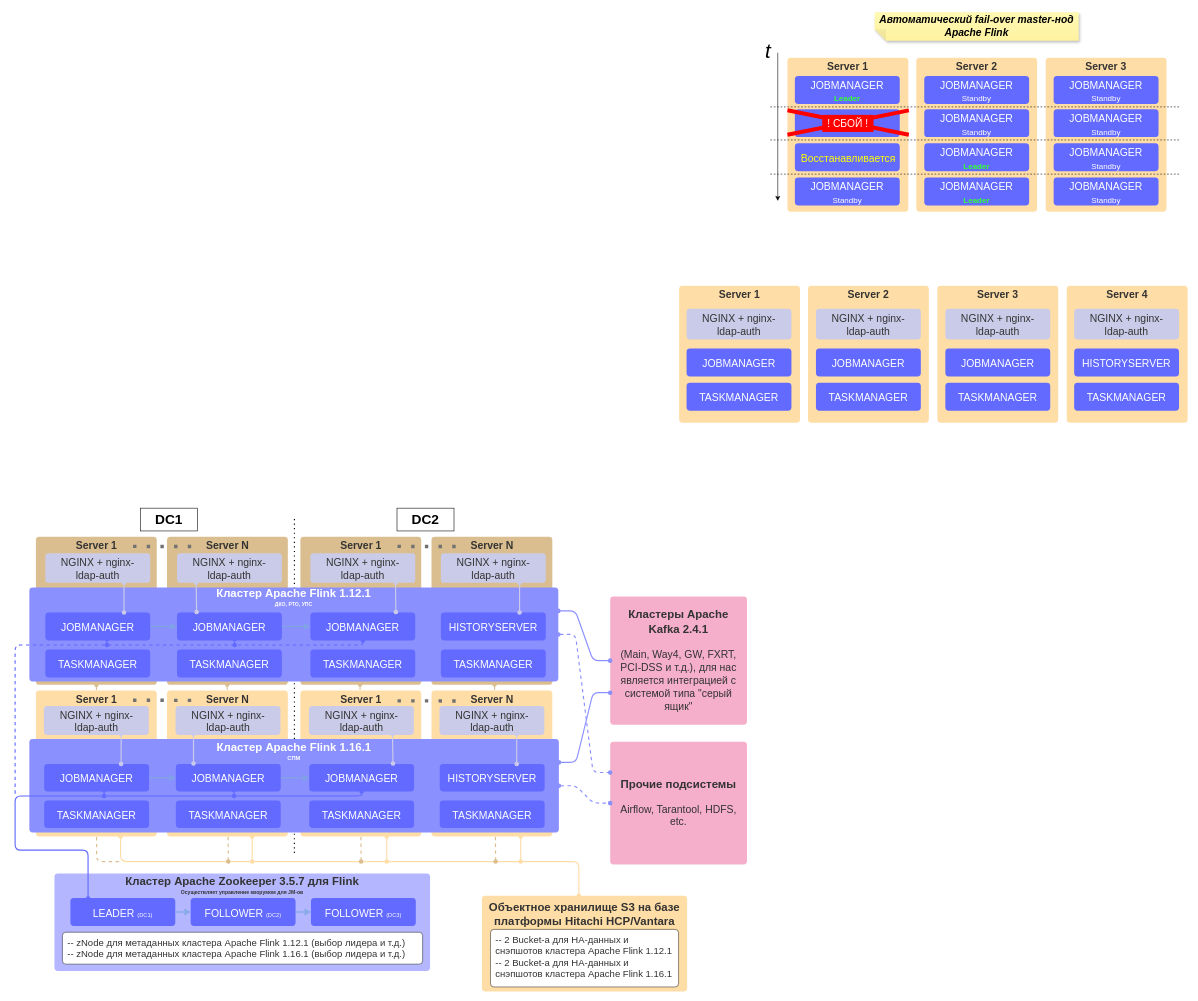
parametriq/diagrams keeps this draw.io diagram as Flink 2.drawio. Above is the earlier version. Source tidied: cells renumbered, new cells numbered last; positions are measured from the earlier drawing's top-left corner, leaving out a move shared by most shapes. Both pictures are drawn from the tidied source at 57%, with x=0, y=0 at pixel (15, 12).
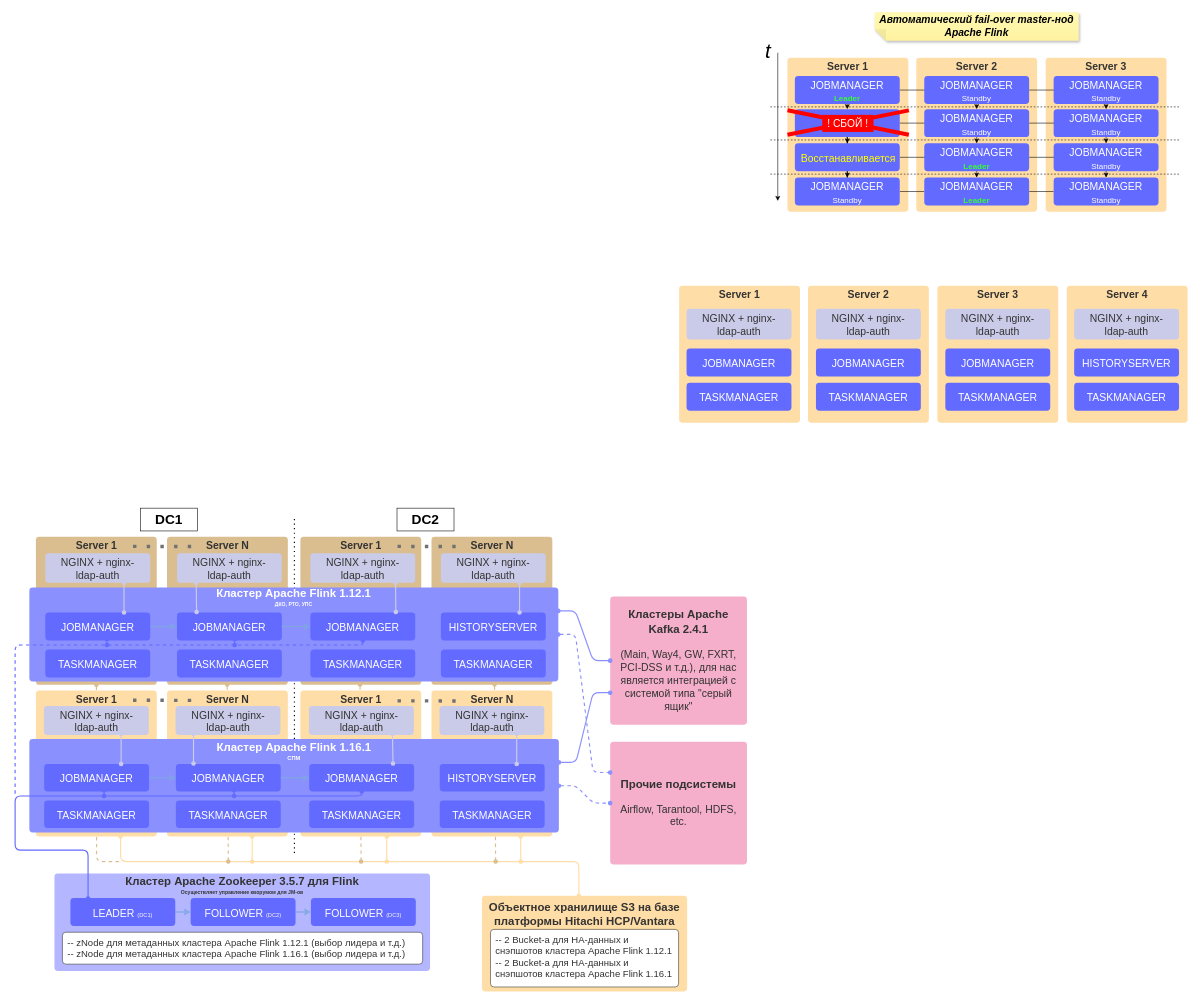
Above is the later version.

The change refers to these unchanged cells:
```xml
<mxCell id="9" value="JOBMANAGER&lt;br&gt;&lt;font color=&quot;#33ff33&quot; style=&quot;font-size: 14px;&quot;&gt;&lt;b&gt;Leader&lt;/b&gt;&lt;/font&gt;" style="html=1;overflow=block;blockSpacing=1;whiteSpace=wrap;fontSize=18.3;fontColor=#ffffff;align=center;spacingLeft=8.4;spacingRight=8.4;spacingTop=2.4;spacing=3.6;strokeOpacity=0;fillOpacity=100;rounded=1;absoluteArcSize=1;arcSize=12;fillColor=#636aff;strokeWidth=0.8;" parent="1" vertex="1">
  <mxGeometry x="1368" y="112" width="184" height="49" as="geometry" />
</mxCell>
<mxCell id="10" value="JOBMANAGER&lt;br&gt;&lt;font style=&quot;font-size: 14px;&quot;&gt;Standby&lt;/font&gt;" style="html=1;overflow=block;blockSpacing=1;whiteSpace=wrap;fontSize=18.3;fontColor=#ffffff;align=center;spacingLeft=8.4;spacingRight=8.4;spacingTop=2.4;spacing=3.6;strokeOpacity=0;fillOpacity=100;rounded=1;absoluteArcSize=1;arcSize=12;fillColor=#636aff;strokeWidth=0.8;" parent="1" vertex="1">
  <mxGeometry x="1595" y="112" width="184" height="49" as="geometry" />
</mxCell>
<mxCell id="108" style="html=1;overflow=block;blockSpacing=1;whiteSpace=wrap;fontSize=18.3;fontColor=#ffffff;align=center;spacingLeft=8.4;spacingRight=8.4;spacingTop=2.4;spacing=3.6;strokeOpacity=0;fillOpacity=100;rounded=1;absoluteArcSize=1;arcSize=12;fillColor=#636aff;strokeWidth=0.8;" parent="1" vertex="1">
  <mxGeometry x="1368" y="170" width="184" height="49" as="geometry" />
</mxCell>
<mxCell id="110" value="JOBMANAGER&lt;br&gt;&lt;font style=&quot;font-size: 14px;&quot;&gt;Standby&lt;/font&gt;" style="html=1;overflow=block;blockSpacing=1;whiteSpace=wrap;fontSize=18.3;fontColor=#ffffff;align=center;spacingLeft=8.4;spacingRight=8.4;spacingTop=2.4;spacing=3.6;strokeOpacity=0;fillOpacity=100;rounded=1;absoluteArcSize=1;arcSize=12;fillColor=#636aff;strokeWidth=0.8;" parent="1" vertex="1">
  <mxGeometry x="1595" y="170" width="184" height="49" as="geometry" />
</mxCell>
<mxCell id="111" value="JOBMANAGER&lt;font style=&quot;font-size: 11px;&quot;&gt;&lt;br&gt;&lt;/font&gt;&lt;font style=&quot;font-size: 14px;&quot;&gt;Standby&lt;/font&gt;" style="html=1;overflow=block;blockSpacing=1;whiteSpace=wrap;fontSize=18.3;fontColor=#ffffff;align=center;spacingLeft=8.4;spacingRight=8.4;spacingTop=2.4;spacing=3.6;strokeOpacity=0;fillOpacity=100;rounded=1;absoluteArcSize=1;arcSize=12;fillColor=#636aff;strokeWidth=0.8;" parent="1" vertex="1">
  <mxGeometry x="1822" y="170" width="184" height="49" as="geometry" />
</mxCell>
<mxCell id="112" value="&lt;font color=&quot;#ffff00&quot;&gt;Восстанавливается&lt;/font&gt;" style="html=1;overflow=block;blockSpacing=1;whiteSpace=wrap;fontSize=18.3;fontColor=#ffffff;align=center;spacingLeft=8.4;spacingRight=8.4;spacingTop=2.4;spacing=3.6;strokeOpacity=0;fillOpacity=100;rounded=1;absoluteArcSize=1;arcSize=12;fillColor=#636aff;strokeWidth=0.8;" parent="1" vertex="1">
  <mxGeometry x="1368" y="230" width="184" height="49" as="geometry" />
</mxCell>
<mxCell id="113" value="JOBMANAGER&lt;br&gt;&lt;font color=&quot;#33ff33&quot; style=&quot;font-size: 14px;&quot;&gt;&lt;b&gt;Leader&lt;/b&gt;&lt;/font&gt;" style="html=1;overflow=block;blockSpacing=1;whiteSpace=wrap;fontSize=18.3;fontColor=#ffffff;align=center;spacingLeft=8.4;spacingRight=8.4;spacingTop=2.4;spacing=3.6;strokeOpacity=0;fillOpacity=100;rounded=1;absoluteArcSize=1;arcSize=12;fillColor=#636aff;strokeWidth=0.8;" parent="1" vertex="1">
  <mxGeometry x="1595" y="230" width="184" height="49" as="geometry" />
</mxCell>
<mxCell id="114" value="JOBMANAGER&lt;font style=&quot;font-size: 11px;&quot;&gt;&lt;br&gt;&lt;/font&gt;&lt;font style=&quot;font-size: 14px;&quot;&gt;Standby&lt;/font&gt;" style="html=1;overflow=block;blockSpacing=1;whiteSpace=wrap;fontSize=18.3;fontColor=#ffffff;align=center;spacingLeft=8.4;spacingRight=8.4;spacingTop=2.4;spacing=3.6;strokeOpacity=0;fillOpacity=100;rounded=1;absoluteArcSize=1;arcSize=12;fillColor=#636aff;strokeWidth=0.8;" parent="1" vertex="1">
  <mxGeometry x="1822" y="230" width="184" height="49" as="geometry" />
</mxCell>
<mxCell id="115" value="JOBMANAGER&lt;br&gt;&lt;font style=&quot;font-size: 14px;&quot;&gt;Standby&lt;/font&gt;" style="html=1;overflow=block;blockSpacing=1;whiteSpace=wrap;fontSize=18.3;fontColor=#ffffff;align=center;spacingLeft=8.4;spacingRight=8.4;spacingTop=2.4;spacing=3.6;strokeOpacity=0;fillOpacity=100;rounded=1;absoluteArcSize=1;arcSize=12;fillColor=#636aff;strokeWidth=0.8;" parent="1" vertex="1">
  <mxGeometry x="1368" y="290" width="184" height="49" as="geometry" />
</mxCell>
<mxCell id="116" value="JOBMANAGER&lt;br&gt;&lt;font color=&quot;#33ff33&quot; style=&quot;font-size: 14px;&quot;&gt;&lt;b&gt;Leader&lt;/b&gt;&lt;/font&gt;" style="html=1;overflow=block;blockSpacing=1;whiteSpace=wrap;fontSize=18.3;fontColor=#ffffff;align=center;spacingLeft=8.4;spacingRight=8.4;spacingTop=2.4;spacing=3.6;strokeOpacity=0;fillOpacity=100;rounded=1;absoluteArcSize=1;arcSize=12;fillColor=#636aff;strokeWidth=0.8;" parent="1" vertex="1">
  <mxGeometry x="1595" y="290" width="184" height="49" as="geometry" />
</mxCell>
<mxCell id="117" value="JOBMANAGER&lt;font style=&quot;font-size: 11px;&quot;&gt;&lt;br&gt;&lt;/font&gt;&lt;font style=&quot;font-size: 14px;&quot;&gt;Standby&lt;/font&gt;" style="html=1;overflow=block;blockSpacing=1;whiteSpace=wrap;fontSize=18.3;fontColor=#ffffff;align=center;spacingLeft=8.4;spacingRight=8.4;spacingTop=2.4;spacing=3.6;strokeOpacity=0;fillOpacity=100;rounded=1;absoluteArcSize=1;arcSize=12;fillColor=#636aff;strokeWidth=0.8;" parent="1" vertex="1">
  <mxGeometry x="1822" y="290" width="184" height="49" as="geometry" />
</mxCell>
```

Change to the diagram source:
```diff
@@
+    <mxCell id="124" style="edgeStyle=orthogonalEdgeStyle;rounded=0;jettySize=auto;html=1;" parent="1" edge="1" source="9" target="110">
+      <mxGeometry relative="1" as="geometry" />
+    </mxCell>
@@
+    <mxCell id="125" style="edgeStyle=orthogonalEdgeStyle;rounded=0;jettySize=auto;html=1;" parent="1" edge="1" source="10" target="111">
+      <mxGeometry relative="1" as="geometry" />
+    </mxCell>
@@
+    <mxCell id="126" style="edgeStyle=orthogonalEdgeStyle;rounded=0;jettySize=auto;html=1;" parent="1" edge="1" source="108" target="113">
+      <mxGeometry relative="1" as="geometry" />
+    </mxCell>
+    <mxCell id="127" style="edgeStyle=orthogonalEdgeStyle;rounded=0;jettySize=auto;html=1;entryX=0.5;entryY=0;entryDx=0;entryDy=0;" parent="1" edge="1" source="108" target="112">
+      <mxGeometry relative="1" as="geometry" />
+    </mxCell>
@@
+    <mxCell id="128" style="edgeStyle=orthogonalEdgeStyle;rounded=0;jettySize=auto;html=1;" parent="1" edge="1" source="110" target="114">
+      <mxGeometry relative="1" as="geometry" />
+    </mxCell>
@@
+    <mxCell id="129" style="edgeStyle=orthogonalEdgeStyle;rounded=0;jettySize=auto;html=1;" parent="1" edge="1" source="112" target="116">
+      <mxGeometry relative="1" as="geometry" />
+    </mxCell>
+    <mxCell id="130" style="edgeStyle=orthogonalEdgeStyle;rounded=0;jettySize=auto;html=1;" parent="1" edge="1" source="112" target="115">
+      <mxGeometry relative="1" as="geometry" />
+    </mxCell>
@@
+    <mxCell id="131" style="edgeStyle=orthogonalEdgeStyle;rounded=0;jettySize=auto;html=1;" parent="1" edge="1" source="113" target="117">
+      <mxGeometry relative="1" as="geometry" />
+    </mxCell>
@@
+    <mxCell id="132" style="edgeStyle=orthogonalEdgeStyle;rounded=0;jettySize=auto;html=1;endArrow=none;endFill=0;" parent="1" edge="1" source="115" target="116">
+      <mxGeometry relative="1" as="geometry" />
+    </mxCell>
@@
+    <mxCell id="133" style="edgeStyle=orthogonalEdgeStyle;rounded=0;jettySize=auto;html=1;endArrow=none;endFill=0;" parent="1" edge="1" source="116" target="117">
+      <mxGeometry relative="1" as="geometry" />
+    </mxCell>
@@
+    <mxCell id="134" style="edgeStyle=orthogonalEdgeStyle;rounded=0;jettySize=auto;html=1;exitX=0.5;exitY=1;exitDx=0;exitDy=0;entryX=0.5;entryY=0;entryDx=0;entryDy=0;" parent="1" edge="1" source="9" target="108">
+      <mxGeometry relative="1" as="geometry" />
+    </mxCell>
```
